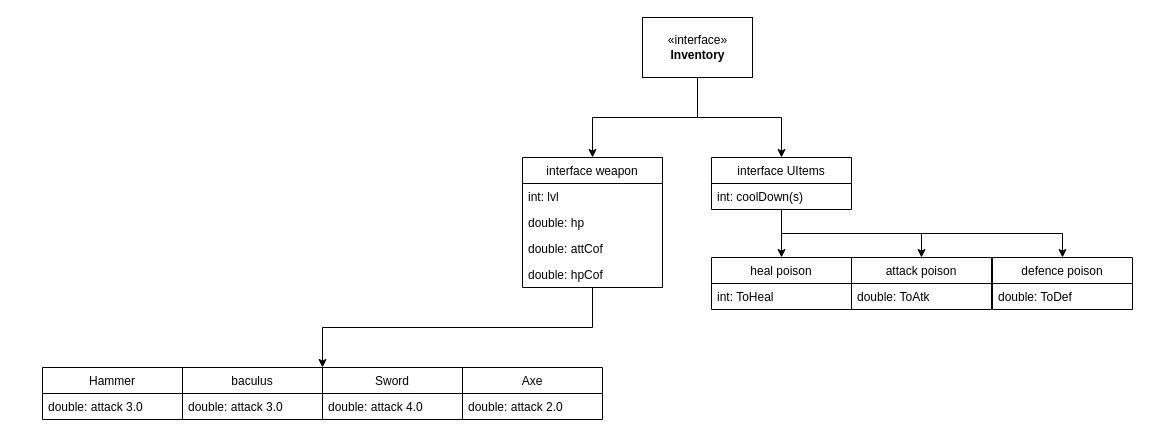
Earlier version of the draw.io diagram page "Inventory(weapon,UItems)" (2 of 3) of src/plan/projectDiagram.drawio (vfedychkanych/MyPlayProj). Source tidied: cells renumbered, new cells numbered last; positions are measured from the earlier drawing's top-left corner, leaving out a move shared by most shapes. Both pictures are drawn from the tidied source at 100%, with x=0, y=0 at pixel (42, 17).
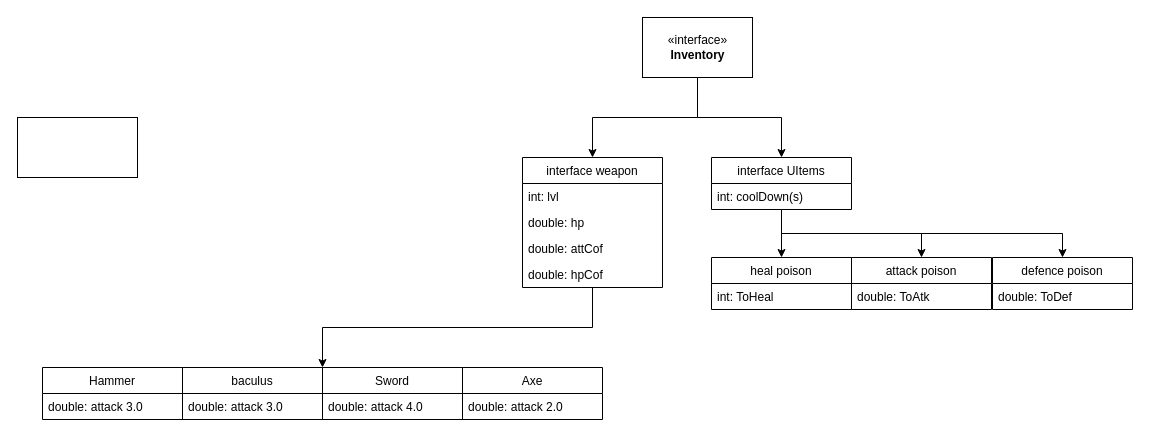
The same page after the edit.

What changed in the source:
```diff
@@
+    <mxCell id="30" style="rounded=0;whiteSpace=wrap;html=1;" parent="1" vertex="1">
+      <mxGeometry x="-25" y="100" width="120" height="60" as="geometry" />
+    </mxCell>
```
